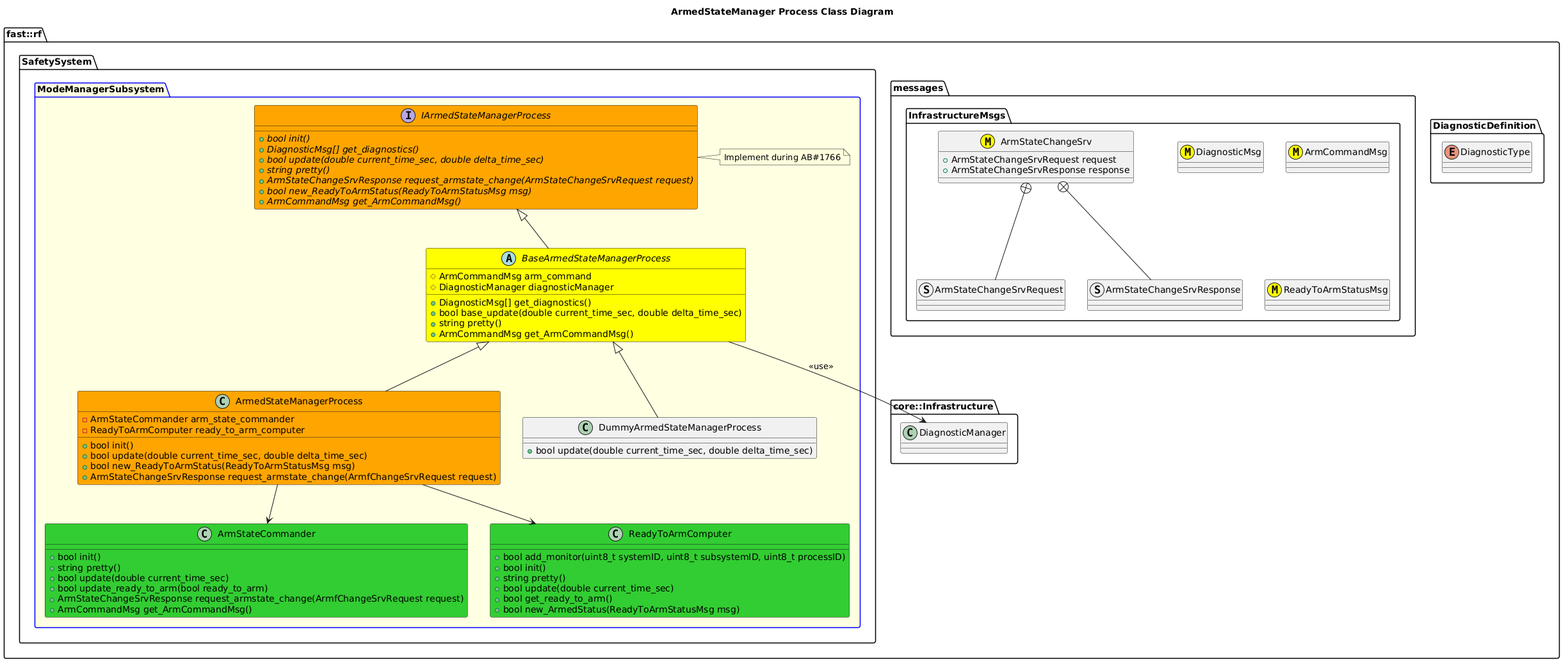
The PlantUML diagram Systems/Safety/Subsystems/ModeManager/Processes/ArmedStateManager/doc/puml/ArmedStateManagerProcessClassDiagram.png in fastrobotics/robot_framework, before a commit.
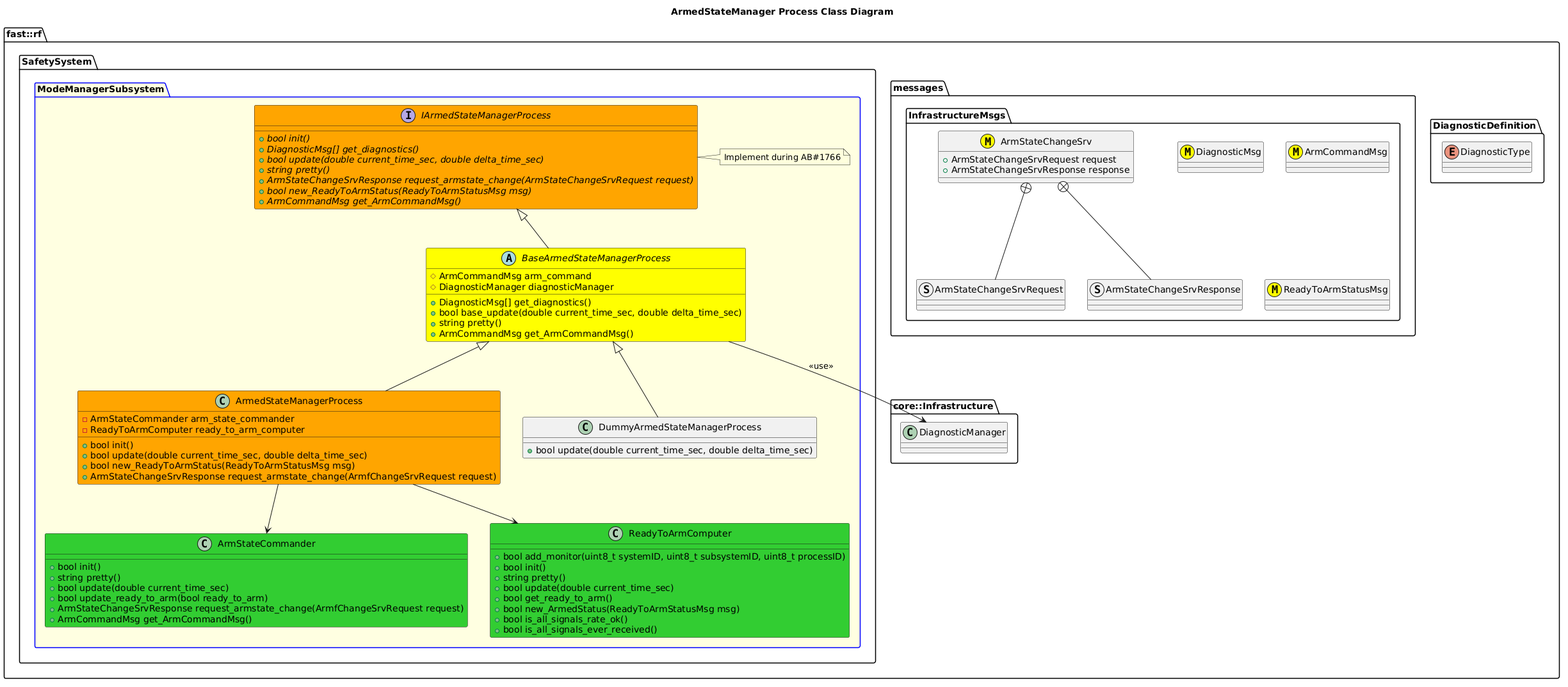
After the change.

The edit, as a diff of the source:
```diff
@@ -40,6 +40,8 @@
             +bool update(double current_time_sec)
             +bool get_ready_to_arm()
             +bool new_ArmedStatus(ReadyToArmStatusMsg msg)
+            +bool is_all_signals_rate_ok()
+            +bool is_all_signals_ever_received()
         }
         interface IArmedStateManagerProcess #Orange {
           +{abstract} bool init()
```
